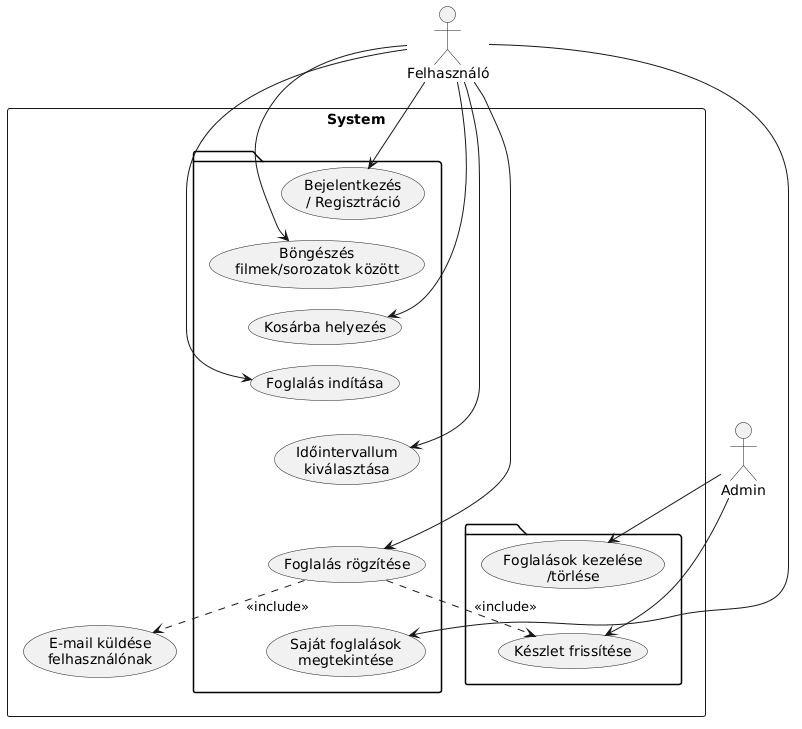
This is Weboldal/Diagramok/Film_Sorozat_kölcsönzés/film_sorozat_kölcsönzés_use_case_diagram.png from Abaku009/Szakdolgozat, a PlantUML export, as it was before one commit.
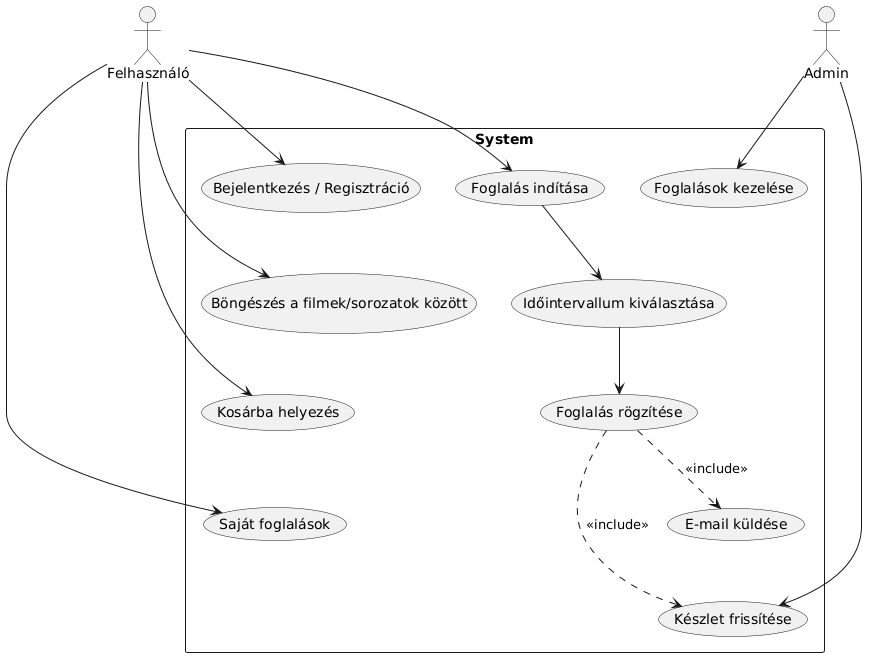
After the commit.

Commit message:
frissített use case diagram

The edit, as a diff of the source:
```diff
@@ -1,48 +1,45 @@
 @startuml
-skinparam nodesep 15
-skinparam ranksep 20
+top to bottom direction
+skinparam packageStyle rectangle
 
 actor "Felhasználó" as User
 actor "Admin" as Admin
 
-rectangle System {
+rectangle "System" {
 
-    package {
-        (Bejelentkezés\n/ Regisztráció) as UC1
-        (Böngészés\nfilmek/sorozatok között) as UC2
-        (Kosárba helyezés) as UC3
-        (Foglalás indítása) as UC4
-        (Időintervallum\nkiválasztása) as UC5
-        (Foglalás rögzítése) as UC6
-        (Saját foglalások\nmegtekintése) as UC7
+    (Foglalás indítása) as UC1
+    (Időintervallum kiválasztása) as UC2
+    (Foglalás rögzítése) as UC3
 
-        UC1 -[hidden]down-> UC2
-        UC2 -[hidden]down-> UC3
-        UC3 -[hidden]down-> UC4
-        UC4 -[hidden]down-> UC5
-        UC5 -[hidden]down-> UC6
-        UC6 -[hidden]down-> UC7
-    }
+    UC1 --> UC2
+    UC2 --> UC3
 
-    package {
-        (Foglalások kezelése\n/törlése) as AC1
-        (Készlet frissítése) as AC2
+    (Bejelentkezés / Regisztráció) as U1
+    (Böngészés a filmek/sorozatok között) as U2
+    (Kosárba helyezés) as U3
+    (Saját foglalások) as U4
 
-        AC1 -[hidden]down-> AC2
-    }
+    User --> U1
+    User --> U2
+    User --> U3
+    User --> UC1
+    User --> U4
 
-    User --> UC1
-    User --> UC2
-    User --> UC3
-    User --> UC4
-    User --> UC5
-    User --> UC6
-    User --> UC7
+    (E-mail küldése) as S1
+    (Készlet frissítése) as S2
 
-    Admin --> AC1
-    Admin --> AC2
+    UC3 ..> S1 : <<include>>
+    UC3 ..> S2 : <<include>>
 
-    UC6 ..> (E-mail küldése\nfelhasználónak) : <<include>>
-    UC6 ..> AC2 : <<include>>
+    (Foglalások kezelése) as A1
+
+    Admin --> A1
+    Admin --> S2
+
+    U1 -[hidden]-> U2
+    U2 -[hidden]-> U3
+    U3 -[hidden]-> U4
+
+    S1 -[hidden]-> S2
 }
 @enduml
```
